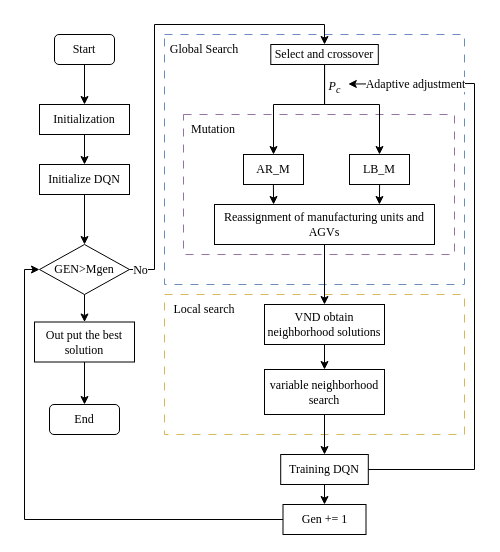
Before: Framwork2.drawio in aslongaslihappy/algorithm, a draw.io diagram. Source tidied: cells renumbered, new cells numbered last; positions are measured from the earlier drawing's top-left corner, leaving out a move shared by most shapes. Both pictures are drawn from the tidied source at 100%, with x=0, y=0 at pixel (24, 24).
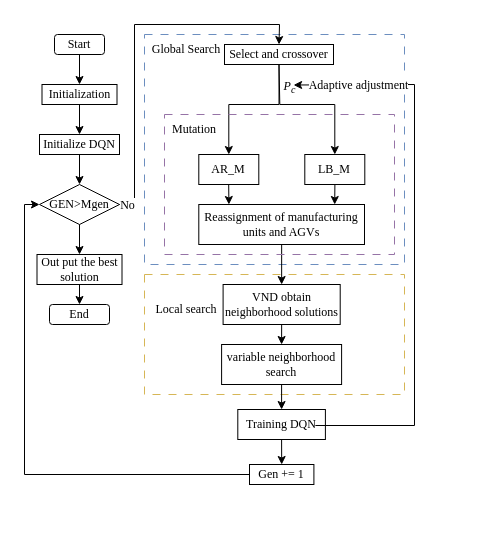
The same diagram, later.

What changed in the source:
```diff
@@
     <mxCell id="2" style="rounded=0;whiteSpace=wrap;html=1;dashed=1;dashPattern=8 8;fontFamily=Times New Roman;fillColor=none;strokeColor=#6c8ebf;fontSize=12;" parent="1" vertex="1">
-      <mxGeometry x="140" y="10" width="300" height="250" as="geometry" />
+      <mxGeometry x="120" y="10" width="260" height="230" as="geometry" />
     </mxCell>
     <mxCell id="3" value="Start" style="rounded=1;whiteSpace=wrap;html=1;fontFamily=Times New Roman;fontSize=12;" parent="1" vertex="1">
-      <mxGeometry x="30" y="10" width="60" height="30" as="geometry" />
+      <mxGeometry x="30" y="10" width="50" height="20" as="geometry" />
     </mxCell>
     <mxCell id="4" value="&lt;span lang=&quot;EN-US&quot;&gt;&lt;font&gt;Initialization&lt;/font&gt;&lt;/span&gt;" style="rounded=0;whiteSpace=wrap;html=1;fontFamily=Times New Roman;fontSize=12;" parent="1" vertex="1">
-      <mxGeometry x="15" y="80" width="90" height="30" as="geometry" />
+      <mxGeometry x="17.5" y="60" width="75" height="20" as="geometry" />
     </mxCell>
     <mxCell id="5" value="Initialize DQN" style="rounded=0;whiteSpace=wrap;html=1;fontFamily=Times New Roman;fontSize=12;" parent="1" vertex="1">
-      <mxGeometry x="15" y="140" width="90" height="30" as="geometry" />
+      <mxGeometry x="15" y="110" width="80" height="20" as="geometry" />
     </mxCell>
     <mxCell id="6" value="GEN&amp;gt;Mgen" style="rhombus;whiteSpace=wrap;html=1;fontFamily=Times New Roman;fontSize=12;" parent="1" vertex="1">
-      <mxGeometry x="15" y="220" width="90" height="50" as="geometry" />
+      <mxGeometry x="15" y="160" width="80" height="40" as="geometry" />
     </mxCell>
     <mxCell id="7" style="edgeStyle=orthogonalEdgeStyle;rounded=0;jettySize=auto;html=1;exitX=0.5;exitY=1;exitDx=0;exitDy=0;entryX=0.5;entryY=0;entryDx=0;entryDy=0;fontFamily=Times New Roman;" parent="1" edge="1" source="8" target="32">
       <mxGeometry relative="1" as="geometry">
         <Array as="points">
-          <mxPoint x="300" y="80" />
-          <mxPoint x="249" y="80" />
+          <mxPoint x="255.3" y="80" />
+          <mxPoint x="204.3" y="80" />
         </Array>
       </mxGeometry>
     </mxCell>
     <mxCell id="8" value="Select and&amp;nbsp;crossover" style="rounded=0;whiteSpace=wrap;html=1;fontFamily=Times New Roman;fontSize=12;fillColor=none;strokeColor=default;" parent="1" vertex="1">
-      <mxGeometry x="246.3" y="20" width="107.5" height="20" as="geometry" />
+      <mxGeometry x="200" y="20" width="109" height="20" as="geometry" />
     </mxCell>
     <mxCell id="9" value="P&lt;sub&gt;c&lt;/sub&gt;" style="text;html=1;align=center;verticalAlign=middle;points=[];strokeColor=none;fillColor=none;fontFamily=Times New Roman;fontStyle=2;fontSize=12;" parent="1" vertex="1">
-      <mxGeometry x="295" y="48" width="30" height="30" as="geometry" />
+      <mxGeometry x="250.3" y="48" width="30" height="30" as="geometry" />
     </mxCell>
     <mxCell id="10" style="rounded=0;whiteSpace=wrap;html=1;dashed=1;dashPattern=8 8;fontFamily=Times New Roman;fillColor=none;strokeColor=#d6b656;fontSize=12;" parent="1" vertex="1">
-      <mxGeometry x="140" y="270" width="300" height="140" as="geometry" />
+      <mxGeometry x="120" y="250" width="260" height="120" as="geometry" />
     </mxCell>
@@
     <mxCell id="14" style="endArrow=classic;html=1;rounded=0;exitX=1;exitY=0.5;exitDx=0;exitDy=0;entryX=0.5;entryY=0;entryDx=0;entryDy=0;fontFamily=Times New Roman;fontSize=12;" parent="1" edge="1" source="6" target="8">
       <mxGeometry relative="1" as="geometry">
         <Array as="points">
-          <mxPoint x="130" y="245" />
-          <mxPoint x="130" />
-          <mxPoint x="300" />
+          <mxPoint x="110" y="180" />
+          <mxPoint x="110" />
+          <mxPoint x="255" />
         </Array>
       </mxGeometry>
     </mxCell>
@@
     <mxCell id="16" value="&lt;font&gt;VND obtain neighborhood solutions&lt;/font&gt;" style="rounded=0;whiteSpace=wrap;html=1;fontFamily=Times New Roman;fontSize=12;" parent="1" vertex="1">
-      <mxGeometry x="240" y="280" width="120" height="40" as="geometry" />
+      <mxGeometry x="198.6" y="260" width="117.1" height="40" as="geometry" />
     </mxCell>
@@
-    <mxCell id="18" style="endArrow=classic;html=1;rounded=0;exitX=0.5;exitY=1;exitDx=0;exitDy=0;entryX=0.5;entryY=0;entryDx=0;entryDy=0;fontFamily=Times New Roman;fontSize=12;" parent="1" edge="1" source="16">
-      <mxGeometry relative="1" as="geometry">
-        <mxPoint x="300" y="345" as="targetPoint" />
-      </mxGeometry>
+    <mxCell id="18" style="endArrow=classic;html=1;rounded=0;exitX=0.5;exitY=1;exitDx=0;exitDy=0;entryX=0.5;entryY=0;entryDx=0;entryDy=0;fontFamily=Times New Roman;fontSize=12;" parent="1" edge="1" source="16" target="40">
+      <mxGeometry relative="1" as="geometry" />
     </mxCell>
     <mxCell id="19" value="Gen += 1" style="rounded=0;whiteSpace=wrap;html=1;fontFamily=Times New Roman;fontSize=12;" parent="1" vertex="1">
-      <mxGeometry x="258.5" y="480" width="83" height="30" as="geometry" />
+      <mxGeometry x="225" y="440" width="64.4" height="20" as="geometry" />
     </mxCell>
     <mxCell id="20" style="endArrow=classic;html=1;rounded=0;entryX=0;entryY=0.5;entryDx=0;entryDy=0;exitX=0;exitY=0.5;exitDx=0;exitDy=0;fontFamily=Times New Roman;fontSize=12;" parent="1" edge="1" source="19" target="6">
       <mxGeometry relative="1" as="geometry">
         <Array as="points">
-          <mxPoint y="495" />
-          <mxPoint y="245" />
+          <mxPoint y="450" />
+          <mxPoint y="180" />
         </Array>
       </mxGeometry>
     </mxCell>
@@
     <mxCell id="22" value="Out put the best solution" style="rounded=0;whiteSpace=wrap;html=1;fontFamily=Times New Roman;fontSize=12;" parent="1" vertex="1">
-      <mxGeometry x="10" y="297.5" width="100" height="40" as="geometry" />
+      <mxGeometry x="12.5" y="230" width="85" height="30" as="geometry" />
     </mxCell>
     <mxCell id="23" value="End" style="rounded=1;whiteSpace=wrap;html=1;fontFamily=Times New Roman;fontSize=12;" parent="1" vertex="1">
-      <mxGeometry x="25" y="380" width="70" height="30" as="geometry" />
+      <mxGeometry x="25" y="280" width="60" height="20" as="geometry" />
     </mxCell>
@@
     <mxCell id="25" value="Training DQN" style="rounded=0;whiteSpace=wrap;html=1;fontFamily=Times New Roman;fontSize=12;" parent="1" vertex="1">
-      <mxGeometry x="256.2" y="430" width="87.6" height="30" as="geometry" />
+      <mxGeometry x="213.3" y="385" width="87.6" height="30" as="geometry" />
     </mxCell>
@@
-    <mxCell id="27" style="endArrow=classic;html=1;rounded=0;exitX=1;exitY=0.5;exitDx=0;exitDy=0;fontFamily=Times New Roman;entryX=0.96;entryY=0.383;entryDx=0;entryDy=0;entryPerimeter=0;fontSize=12;" parent="1" edge="1" source="25" target="9">
+    <mxCell id="27" style="endArrow=classic;html=1;rounded=0;exitX=1;exitY=0.5;exitDx=0;exitDy=0;fontFamily=Times New Roman;entryX=0.96;entryY=0.383;entryDx=0;entryDy=0;entryPerimeter=0;fontSize=12;" parent="1" edge="1">
       <mxGeometry relative="1" as="geometry">
+        <mxPoint x="290.9" y="401" as="sourcePoint" />
+        <mxPoint x="269.1" y="60.5" as="targetPoint" />
         <Array as="points">
-          <mxPoint x="450" y="445" />
-          <mxPoint x="450" y="59" />
+          <mxPoint x="390" y="401" />
+          <mxPoint x="390" y="60" />
         </Array>
       </mxGeometry>
     </mxCell>
@@
     <mxCell id="29" value="Local search" style="text;html=1;align=center;verticalAlign=middle;whiteSpace=wrap;rounded=0;fontFamily=Times New Roman;fontSize=12;" parent="1" vertex="1">
-      <mxGeometry x="140" y="270" width="80" height="30" as="geometry" />
+      <mxGeometry x="121.5" y="270" width="80" height="30" as="geometry" />
     </mxCell>
     <mxCell id="30" value="Global Search" style="text;html=1;align=center;verticalAlign=middle;whiteSpace=wrap;rounded=0;fontFamily=Times New Roman;fontSize=12;" parent="1" vertex="1">
-      <mxGeometry x="140" y="10" width="80" height="30" as="geometry" />
+      <mxGeometry x="121.5" y="10" width="80" height="30" as="geometry" />
     </mxCell>
     <mxCell id="31" style="rounded=0;whiteSpace=wrap;html=1;dashed=1;dashPattern=8 8;fontFamily=Times New Roman;fillColor=none;strokeColor=#9673a6;fontSize=12;" parent="1" vertex="1">
-      <mxGeometry x="159" y="90" width="271" height="140" as="geometry" />
+      <mxGeometry x="140" y="90" width="230" height="140" as="geometry" />
     </mxCell>
     <mxCell id="32" value="AR_M" style="rounded=0;whiteSpace=wrap;html=1;fontFamily=Times New Roman;fontSize=12;" parent="1" vertex="1">
-      <mxGeometry x="219" y="130" width="60" height="30" as="geometry" />
+      <mxGeometry x="174.3" y="130" width="60" height="30" as="geometry" />
     </mxCell>
     <mxCell id="33" value="LB_M" style="rounded=0;whiteSpace=wrap;html=1;fontFamily=Times New Roman;fontSize=12;" parent="1" vertex="1">
-      <mxGeometry x="325" y="130" width="60" height="30" as="geometry" />
+      <mxGeometry x="280.3" y="130" width="60" height="30" as="geometry" />
     </mxCell>
     <mxCell id="34" value="Mutation" style="text;html=1;align=center;verticalAlign=middle;whiteSpace=wrap;rounded=0;fontFamily=Times New Roman;fontSize=12;" parent="1" vertex="1">
-      <mxGeometry x="159" y="90" width="60" height="30" as="geometry" />
+      <mxGeometry x="140" y="90" width="60" height="30" as="geometry" />
     </mxCell>
     <mxCell id="35" value="Reassignment of manufacturing units and AGVs" style="rounded=0;whiteSpace=wrap;html=1;fontFamily=Times New Roman;fontSize=12;" parent="1" vertex="1">
-      <mxGeometry x="190" y="180" width="220" height="40" as="geometry" />
+      <mxGeometry x="174.3" y="180" width="165.7" height="40" as="geometry" />
     </mxCell>
     <mxCell id="36" style="endArrow=classic;html=1;rounded=0;entryX=0.862;entryY=-0.006;entryDx=0;entryDy=0;entryPerimeter=0;exitX=0.504;exitY=1.035;exitDx=0;exitDy=0;exitPerimeter=0;fontFamily=Times New Roman;fontSize=12;" parent="1" edge="1">
       <mxGeometry relative="1" as="geometry">
-        <mxPoint x="355.1" y="160.2" as="sourcePoint" />
-        <mxPoint x="354.9" y="180" as="targetPoint" />
+        <mxPoint x="310.4" y="160.2" as="sourcePoint" />
+        <mxPoint x="310.2" y="180" as="targetPoint" />
       </mxGeometry>
     </mxCell>
     <mxCell id="37" style="endArrow=classic;html=1;rounded=0;entryX=0.5;entryY=0;entryDx=0;entryDy=0;exitX=0.504;exitY=1.035;exitDx=0;exitDy=0;exitPerimeter=0;fontFamily=Times New Roman;fontSize=12;" parent="1" edge="1">
       <mxGeometry relative="1" as="geometry">
-        <mxPoint x="248.9" y="160" as="sourcePoint" />
-        <mxPoint x="249.1" y="180" as="targetPoint" />
+        <mxPoint x="204.2" y="160" as="sourcePoint" />
+        <mxPoint x="204.4" y="180" as="targetPoint" />
       </mxGeometry>
     </mxCell>
     <mxCell id="38" style="endArrow=classic;html=1;rounded=0;entryX=0.5;entryY=0;entryDx=0;entryDy=0;exitX=0.5;exitY=1;exitDx=0;exitDy=0;fontFamily=Times New Roman;" parent="1" edge="1" source="8" target="33">
       <mxGeometry relative="1" as="geometry">
         <Array as="points">
-          <mxPoint x="300" y="80" />
-          <mxPoint x="355" y="80" />
+          <mxPoint x="255.3" y="80" />
+          <mxPoint x="310.3" y="80" />
         </Array>
       </mxGeometry>
     </mxCell>
@@
     <mxCell id="40" value="variable neighborhood search" style="rounded=0;whiteSpace=wrap;html=1;fontFamily=Times New Roman;" parent="1" vertex="1">
-      <mxGeometry x="240" y="345" width="120" height="45" as="geometry" />
+      <mxGeometry x="197.1" y="320" width="120" height="40" as="geometry" />
     </mxCell>
```
